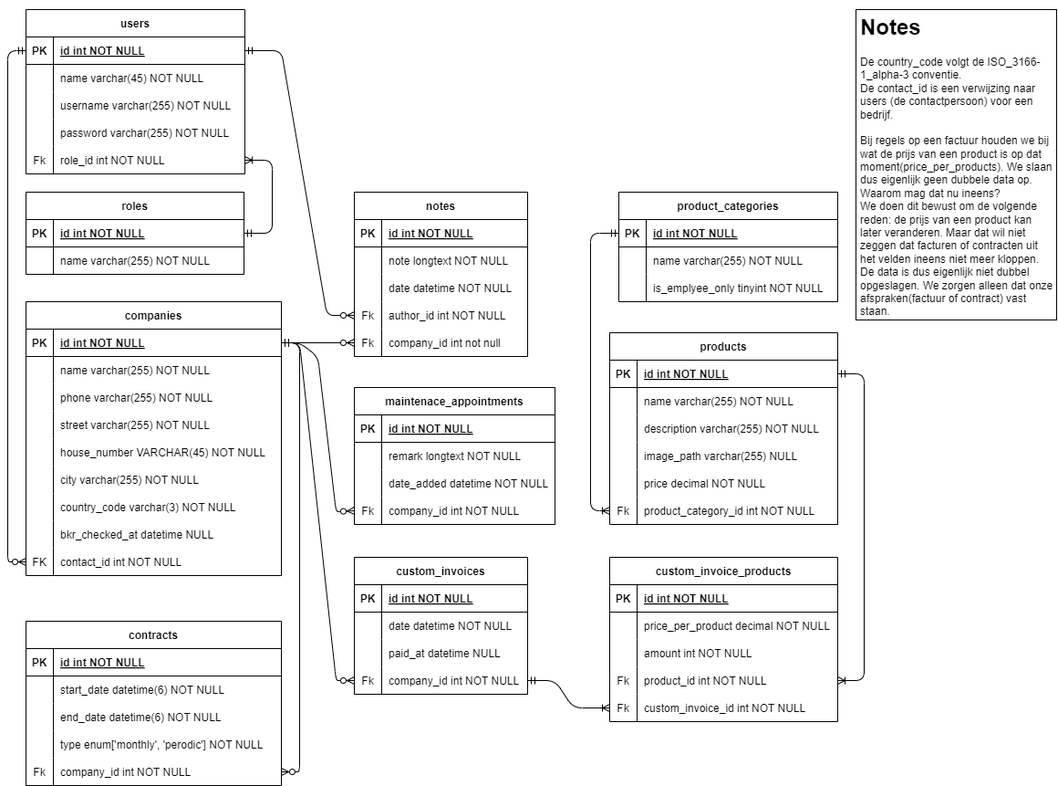
vampirewolfB/E3_Barroc_Intens_Team_Purple keeps this draw.io diagram as erd.drawio.png. Above is the earlier version. Source tidied: cells renumbered, new cells last; positions are measured from the earlier drawing's top-left corner, leaving out a move shared by most shapes.
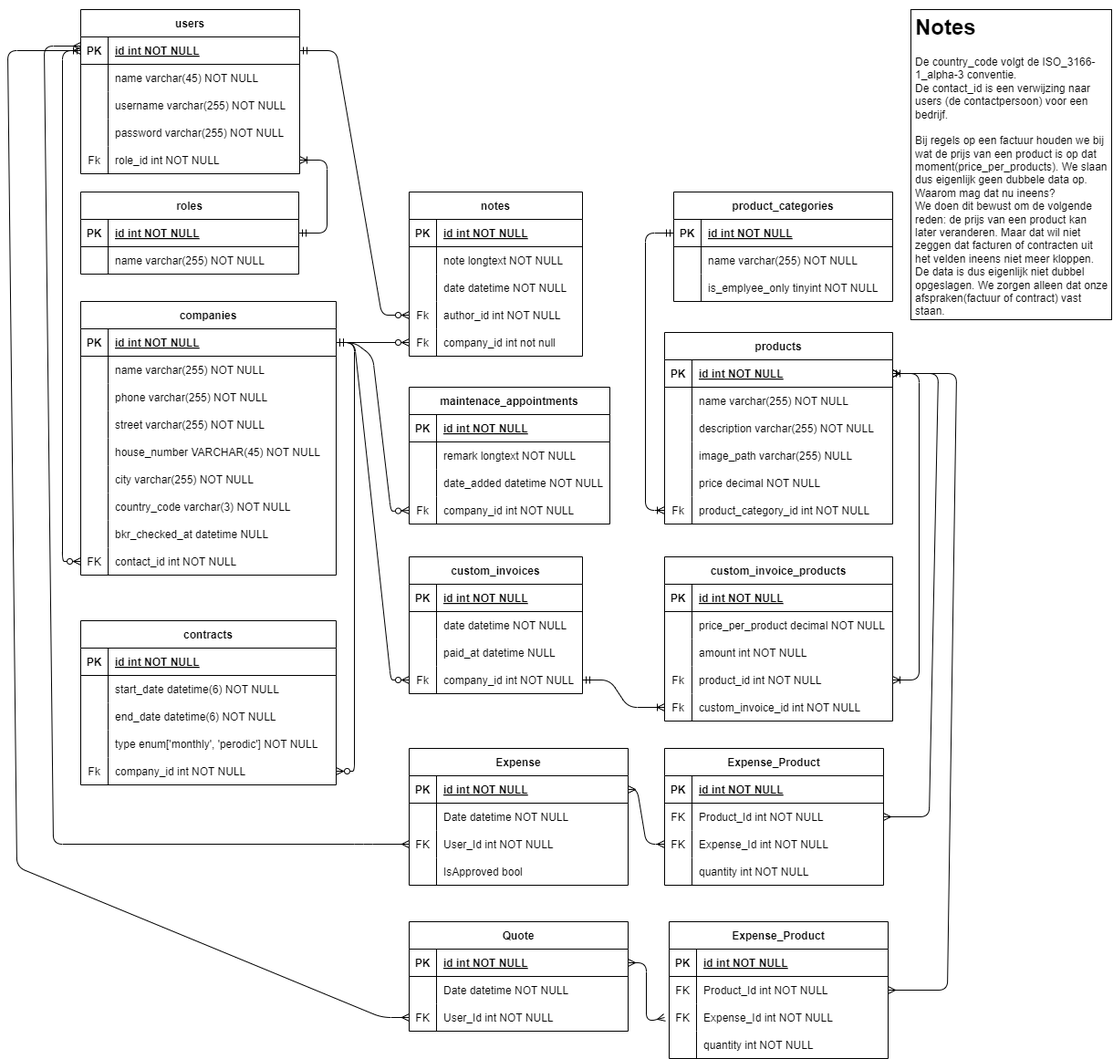
Later version of the same file.

Diff of the diagram source:
```diff
@@ -543,5 +543,207 @@
         </Array>
       </mxGeometry>
     </mxCell>
+    <mxCell id="167" value="Expense" style="shape=table;startSize=30;rowLines=0;fontStyle=1;align=center;" parent="1" vertex="1">
+      <mxGeometry x="380" y="810" width="240" height="150" as="geometry" />
+    </mxCell>
+    <mxCell id="168" style="shape=tableRow;horizontal=0;startSize=0;swimlaneHead=0;swimlaneBody=0;fillColor=none;points=[[0,0.5],[1,0.5]];portConstraint=eastwest;top=0;left=0;right=0;bottom=1;" parent="167" vertex="1">
+      <mxGeometry y="30" width="240" height="30" as="geometry" />
+    </mxCell>
+    <mxCell id="169" value="PK" style="shape=partialRectangle;overflow=hidden;fillColor=none;top=0;left=0;bottom=0;right=0;fontStyle=1;" parent="168" vertex="1">
+      <mxGeometry width="30" height="30" as="geometry" />
+    </mxCell>
+    <mxCell id="170" value="id int NOT NULL " style="shape=partialRectangle;overflow=hidden;fillColor=none;align=left;top=0;left=0;bottom=0;right=0;spacingLeft=6;fontStyle=5;" parent="168" vertex="1">
+      <mxGeometry x="30" width="210" height="30" as="geometry" />
+    </mxCell>
+    <mxCell id="171" style="shape=tableRow;horizontal=0;startSize=0;swimlaneHead=0;swimlaneBody=0;fillColor=none;top=0;left=0;right=0;bottom=0;" parent="167" vertex="1">
+      <mxGeometry y="60" width="240" height="30" as="geometry" />
+    </mxCell>
+    <mxCell id="172" style="shape=partialRectangle;overflow=hidden;fillColor=none;top=0;left=0;bottom=0;right=0;" parent="171" vertex="1">
+      <mxGeometry width="30" height="30" as="geometry" />
+    </mxCell>
+    <mxCell id="173" value="Date datetime NOT NULL" style="shape=partialRectangle;overflow=hidden;fillColor=none;align=left;top=0;left=0;bottom=0;right=0;spacingLeft=6;" parent="171" vertex="1">
+      <mxGeometry x="30" width="210" height="30" as="geometry" />
+    </mxCell>
+    <mxCell id="174" style="shape=tableRow;horizontal=0;startSize=0;swimlaneHead=0;swimlaneBody=0;fillColor=none;points=[[0,0.5],[1,0.5]];portConstraint=eastwest;top=0;left=0;right=0;bottom=0;" parent="167" vertex="1">
+      <mxGeometry y="90" width="240" height="30" as="geometry" />
+    </mxCell>
+    <mxCell id="175" value="FK" style="shape=partialRectangle;overflow=hidden;fillColor=none;top=0;left=0;bottom=0;right=0;" parent="174" vertex="1">
+      <mxGeometry width="30" height="30" as="geometry" />
+    </mxCell>
+    <mxCell id="176" value="User_Id int NOT NULL" style="shape=partialRectangle;overflow=hidden;fillColor=none;align=left;top=0;left=0;bottom=0;right=0;spacingLeft=6;" parent="174" vertex="1">
+      <mxGeometry x="30" width="210" height="30" as="geometry" />
+    </mxCell>
+    <mxCell id="177" style="shape=tableRow;horizontal=0;startSize=0;swimlaneHead=0;swimlaneBody=0;fillColor=none;top=0;left=0;right=0;bottom=0;" parent="167" vertex="1">
+      <mxGeometry y="120" width="240" height="30" as="geometry" />
+    </mxCell>
+    <mxCell id="178" style="shape=partialRectangle;overflow=hidden;fillColor=none;top=0;left=0;bottom=0;right=0;" parent="177" vertex="1">
+      <mxGeometry width="30" height="30" as="geometry" />
+    </mxCell>
+    <mxCell id="179" value="IsApproved bool" style="shape=partialRectangle;overflow=hidden;fillColor=none;align=left;top=0;left=0;bottom=0;right=0;spacingLeft=6;" parent="177" vertex="1">
+      <mxGeometry x="30" width="210" height="30" as="geometry" />
+    </mxCell>
+    <mxCell id="180" value="Expense_Product" style="shape=table;startSize=30;rowLines=0;fontStyle=1;align=center;" parent="1" vertex="1">
+      <mxGeometry x="660" y="810" width="240" height="150" as="geometry" />
+    </mxCell>
+    <mxCell id="181" style="shape=tableRow;horizontal=0;startSize=0;swimlaneHead=0;swimlaneBody=0;fillColor=none;top=0;left=0;right=0;bottom=1;" parent="180" vertex="1">
+      <mxGeometry y="30" width="240" height="30" as="geometry" />
+    </mxCell>
+    <mxCell id="182" value="PK" style="shape=partialRectangle;overflow=hidden;fillColor=none;top=0;left=0;bottom=0;right=0;fontStyle=1;" parent="181" vertex="1">
+      <mxGeometry width="30" height="30" as="geometry" />
+    </mxCell>
+    <mxCell id="183" value="id int NOT NULL " style="shape=partialRectangle;overflow=hidden;fillColor=none;align=left;top=0;left=0;bottom=0;right=0;spacingLeft=6;fontStyle=5;" parent="181" vertex="1">
+      <mxGeometry x="30" width="210" height="30" as="geometry" />
+    </mxCell>
+    <mxCell id="184" style="shape=tableRow;horizontal=0;startSize=0;swimlaneHead=0;swimlaneBody=0;fillColor=none;points=[[0,0.5],[1,0.5]];portConstraint=eastwest;top=0;left=0;right=0;bottom=0;" parent="180" vertex="1">
+      <mxGeometry y="60" width="240" height="30" as="geometry" />
+    </mxCell>
+    <mxCell id="185" value="FK" style="shape=partialRectangle;overflow=hidden;fillColor=none;top=0;left=0;bottom=0;right=0;" parent="184" vertex="1">
+      <mxGeometry width="30" height="30" as="geometry" />
+    </mxCell>
+    <mxCell id="186" value="Product_Id int NOT NULL" style="shape=partialRectangle;overflow=hidden;fillColor=none;align=left;top=0;left=0;bottom=0;right=0;spacingLeft=6;" parent="184" vertex="1">
+      <mxGeometry x="30" width="210" height="30" as="geometry" />
+    </mxCell>
+    <mxCell id="187" style="shape=tableRow;horizontal=0;startSize=0;swimlaneHead=0;swimlaneBody=0;fillColor=none;points=[[0,0.5],[1,0.5]];portConstraint=eastwest;top=0;left=0;right=0;bottom=0;" parent="180" vertex="1">
+      <mxGeometry y="90" width="240" height="30" as="geometry" />
+    </mxCell>
+    <mxCell id="188" value="FK" style="shape=partialRectangle;overflow=hidden;fillColor=none;top=0;left=0;bottom=0;right=0;" parent="187" vertex="1">
+      <mxGeometry width="30" height="30" as="geometry" />
+    </mxCell>
+    <mxCell id="189" value="Expense_Id int NOT NULL" style="shape=partialRectangle;overflow=hidden;fillColor=none;align=left;top=0;left=0;bottom=0;right=0;spacingLeft=6;" parent="187" vertex="1">
+      <mxGeometry x="30" width="210" height="30" as="geometry" />
+    </mxCell>
+    <mxCell id="190" style="shape=tableRow;horizontal=0;startSize=0;swimlaneHead=0;swimlaneBody=0;fillColor=none;top=0;left=0;right=0;bottom=0;" parent="180" vertex="1">
+      <mxGeometry y="120" width="240" height="30" as="geometry" />
+    </mxCell>
+    <mxCell id="191" style="shape=partialRectangle;overflow=hidden;fillColor=none;top=0;left=0;bottom=0;right=0;" parent="190" vertex="1">
+      <mxGeometry width="30" height="30" as="geometry" />
+    </mxCell>
+    <mxCell id="192" value="quantity int NOT NULL" style="shape=partialRectangle;overflow=hidden;fillColor=none;align=left;top=0;left=0;bottom=0;right=0;spacingLeft=6;" parent="190" vertex="1">
+      <mxGeometry x="30" width="210" height="30" as="geometry" />
+    </mxCell>
+    <mxCell id="193" style="edgeStyle=none;html=1;exitX=1;exitY=0.5;exitDx=0;exitDy=0;entryX=0;entryY=0.5;entryDx=0;entryDy=0;endArrow=ERmany;endFill=0;startArrow=ERmany;startFill=0;rounded=1;" parent="1" edge="1" source="168" target="187">
+      <mxGeometry relative="1" as="geometry">
+        <Array as="points">
+          <mxPoint x="630" y="855" />
+          <mxPoint x="640" y="915" />
+        </Array>
+      </mxGeometry>
+    </mxCell>
+    <mxCell id="194" style="shape=tableRow;horizontal=0;startSize=0;swimlaneHead=0;swimlaneBody=0;fillColor=none;points=[[0,0.5],[1,0.5]];portConstraint=eastwest;top=0;left=0;right=0;bottom=0;" parent="1" vertex="1">
+      <mxGeometry x="660" y="1090" width="240" height="30" as="geometry" />
+    </mxCell>
+    <mxCell id="195" style="edgeStyle=none;rounded=1;html=1;exitX=1;exitY=0.5;exitDx=0;exitDy=0;entryX=0;entryY=0.5;entryDx=0;entryDy=0;startArrow=ERmany;startFill=0;endArrow=ERmany;endFill=0;" parent="1" edge="1" target="194">
+      <mxGeometry relative="1" as="geometry">
+        <mxPoint x="620" y="1045" as="sourcePoint" />
+        <Array as="points">
+          <mxPoint x="640" y="1045" />
+          <mxPoint x="640" y="1110" />
+        </Array>
+      </mxGeometry>
+    </mxCell>
+    <mxCell id="196" style="edgeStyle=none;html=1;exitX=1;exitY=0.5;exitDx=0;exitDy=0;entryX=1;entryY=0.5;entryDx=0;entryDy=0;startArrow=ERmany;startFill=0;endArrow=ERmany;endFill=0;" parent="1" edge="1" source="184" target="105">
+      <mxGeometry relative="1" as="geometry">
+        <Array as="points">
+          <mxPoint x="950" y="885" />
+          <mxPoint x="960" y="399" />
+        </Array>
+      </mxGeometry>
+    </mxCell>
+    <mxCell id="197" style="edgeStyle=none;html=1;exitX=0;exitY=0.5;exitDx=0;exitDy=0;startArrow=ERmany;startFill=0;endArrow=ERmany;endFill=0;" parent="1" edge="1" source="174">
+      <mxGeometry relative="1" as="geometry">
+        <mxPoint x="20" y="40" as="targetPoint" />
+        <Array as="points">
+          <mxPoint x="330" y="915" />
+          <mxPoint x="-10" y="915" />
+          <mxPoint x="-20" y="40" />
+        </Array>
+      </mxGeometry>
+    </mxCell>
+    <mxCell id="198" value="Quote" style="shape=table;startSize=30;rowLines=0;fontStyle=1;align=center;" parent="1" vertex="1">
+      <mxGeometry x="380" y="1000" width="240" height="120" as="geometry" />
+    </mxCell>
+    <mxCell id="199" style="shape=tableRow;horizontal=0;startSize=0;swimlaneHead=0;swimlaneBody=0;fillColor=none;top=0;left=0;right=0;bottom=1;" parent="198" vertex="1">
+      <mxGeometry y="30" width="240" height="30" as="geometry" />
+    </mxCell>
+    <mxCell id="200" value="PK" style="shape=partialRectangle;overflow=hidden;fillColor=none;top=0;left=0;bottom=0;right=0;fontStyle=1;" parent="199" vertex="1">
+      <mxGeometry width="30" height="30" as="geometry" />
+    </mxCell>
+    <mxCell id="201" value="id int NOT NULL " style="shape=partialRectangle;overflow=hidden;fillColor=none;align=left;top=0;left=0;bottom=0;right=0;spacingLeft=6;fontStyle=5;" parent="199" vertex="1">
+      <mxGeometry x="30" width="210" height="30" as="geometry" />
+    </mxCell>
+    <mxCell id="202" style="shape=tableRow;horizontal=0;startSize=0;swimlaneHead=0;swimlaneBody=0;fillColor=none;top=0;left=0;right=0;bottom=0;" parent="198" vertex="1">
+      <mxGeometry y="60" width="240" height="30" as="geometry" />
+    </mxCell>
+    <mxCell id="203" style="shape=partialRectangle;overflow=hidden;fillColor=none;top=0;left=0;bottom=0;right=0;" parent="202" vertex="1">
+      <mxGeometry width="30" height="30" as="geometry" />
+    </mxCell>
+    <mxCell id="204" value="Date datetime NOT NULL" style="shape=partialRectangle;overflow=hidden;fillColor=none;align=left;top=0;left=0;bottom=0;right=0;spacingLeft=6;" parent="202" vertex="1">
+      <mxGeometry x="30" width="210" height="30" as="geometry" />
+    </mxCell>
+    <mxCell id="205" style="shape=tableRow;horizontal=0;startSize=0;swimlaneHead=0;swimlaneBody=0;fillColor=none;points=[[0,0.5],[1,0.5]];portConstraint=eastwest;top=0;left=0;right=0;bottom=0;" parent="198" vertex="1">
+      <mxGeometry y="90" width="240" height="30" as="geometry" />
+    </mxCell>
+    <mxCell id="206" value="FK" style="shape=partialRectangle;overflow=hidden;fillColor=none;top=0;left=0;bottom=0;right=0;" parent="205" vertex="1">
+      <mxGeometry width="30" height="30" as="geometry" />
+    </mxCell>
+    <mxCell id="207" value="User_Id int NOT NULL" style="shape=partialRectangle;overflow=hidden;fillColor=none;align=left;top=0;left=0;bottom=0;right=0;spacingLeft=6;" parent="205" vertex="1">
+      <mxGeometry x="30" width="210" height="30" as="geometry" />
+    </mxCell>
+    <mxCell id="208" value="Expense_Product" style="shape=table;startSize=30;rowLines=0;fontStyle=1;align=center;" parent="1" vertex="1">
+      <mxGeometry x="665" y="1000" width="240" height="150" as="geometry" />
+    </mxCell>
+    <mxCell id="209" style="shape=tableRow;horizontal=0;startSize=0;swimlaneHead=0;swimlaneBody=0;fillColor=none;top=0;left=0;right=0;bottom=1;" parent="208" vertex="1">
+      <mxGeometry y="30" width="240" height="30" as="geometry" />
+    </mxCell>
+    <mxCell id="210" value="PK" style="shape=partialRectangle;overflow=hidden;fillColor=none;top=0;left=0;bottom=0;right=0;fontStyle=1;" parent="209" vertex="1">
+      <mxGeometry width="30" height="30" as="geometry" />
+    </mxCell>
+    <mxCell id="211" value="id int NOT NULL " style="shape=partialRectangle;overflow=hidden;fillColor=none;align=left;top=0;left=0;bottom=0;right=0;spacingLeft=6;fontStyle=5;" parent="209" vertex="1">
+      <mxGeometry x="30" width="210" height="30" as="geometry" />
+    </mxCell>
+    <mxCell id="212" style="shape=tableRow;horizontal=0;startSize=0;swimlaneHead=0;swimlaneBody=0;fillColor=none;points=[[0,0.5],[1,0.5]];portConstraint=eastwest;top=0;left=0;right=0;bottom=0;" parent="208" vertex="1">
+      <mxGeometry y="60" width="240" height="30" as="geometry" />
+    </mxCell>
+    <mxCell id="213" value="FK" style="shape=partialRectangle;overflow=hidden;fillColor=none;top=0;left=0;bottom=0;right=0;" parent="212" vertex="1">
+      <mxGeometry width="30" height="30" as="geometry" />
+    </mxCell>
+    <mxCell id="214" value="Product_Id int NOT NULL" style="shape=partialRectangle;overflow=hidden;fillColor=none;align=left;top=0;left=0;bottom=0;right=0;spacingLeft=6;" parent="212" vertex="1">
+      <mxGeometry x="30" width="210" height="30" as="geometry" />
+    </mxCell>
+    <mxCell id="215" style="shape=tableRow;horizontal=0;startSize=0;swimlaneHead=0;swimlaneBody=0;fillColor=none;top=0;left=0;right=0;bottom=0;" parent="208" vertex="1">
+      <mxGeometry y="90" width="240" height="30" as="geometry" />
+    </mxCell>
+    <mxCell id="216" value="FK" style="shape=partialRectangle;overflow=hidden;fillColor=none;top=0;left=0;bottom=0;right=0;" parent="215" vertex="1">
+      <mxGeometry width="30" height="30" as="geometry" />
+    </mxCell>
+    <mxCell id="217" value="Expense_Id int NOT NULL" style="shape=partialRectangle;overflow=hidden;fillColor=none;align=left;top=0;left=0;bottom=0;right=0;spacingLeft=6;" parent="215" vertex="1">
+      <mxGeometry x="30" width="210" height="30" as="geometry" />
+    </mxCell>
+    <mxCell id="218" style="shape=tableRow;horizontal=0;startSize=0;swimlaneHead=0;swimlaneBody=0;fillColor=none;top=0;left=0;right=0;bottom=0;" parent="208" vertex="1">
+      <mxGeometry y="120" width="240" height="30" as="geometry" />
+    </mxCell>
+    <mxCell id="219" style="shape=partialRectangle;overflow=hidden;fillColor=none;top=0;left=0;bottom=0;right=0;" parent="218" vertex="1">
+      <mxGeometry width="30" height="30" as="geometry" />
+    </mxCell>
+    <mxCell id="220" value="quantity int NOT NULL" style="shape=partialRectangle;overflow=hidden;fillColor=none;align=left;top=0;left=0;bottom=0;right=0;spacingLeft=6;" parent="218" vertex="1">
+      <mxGeometry x="30" width="210" height="30" as="geometry" />
+    </mxCell>
+    <mxCell id="221" style="edgeStyle=none;html=1;exitX=0;exitY=0.5;exitDx=0;exitDy=0;entryX=0;entryY=0.5;entryDx=0;entryDy=0;startArrow=ERmany;startFill=0;endArrow=ERmany;endFill=0;" parent="1" edge="1" source="205" target="3">
+      <mxGeometry relative="1" as="geometry">
+        <Array as="points">
+          <mxPoint x="350" y="1105" />
+          <mxPoint x="-50" y="940" />
+          <mxPoint x="-60" y="45" />
+        </Array>
+      </mxGeometry>
+    </mxCell>
+    <mxCell id="222" style="edgeStyle=none;html=1;exitX=1;exitY=0.5;exitDx=0;exitDy=0;entryX=1;entryY=0.5;entryDx=0;entryDy=0;startArrow=ERmany;startFill=0;endArrow=ERmany;endFill=0;" parent="1" edge="1" source="212" target="105">
+      <mxGeometry relative="1" as="geometry">
+        <Array as="points">
+          <mxPoint x="970" y="1075" />
+          <mxPoint x="980" y="399" />
+        </Array>
+      </mxGeometry>
+    </mxCell>
   </root>
 </mxGraphModel>
```
